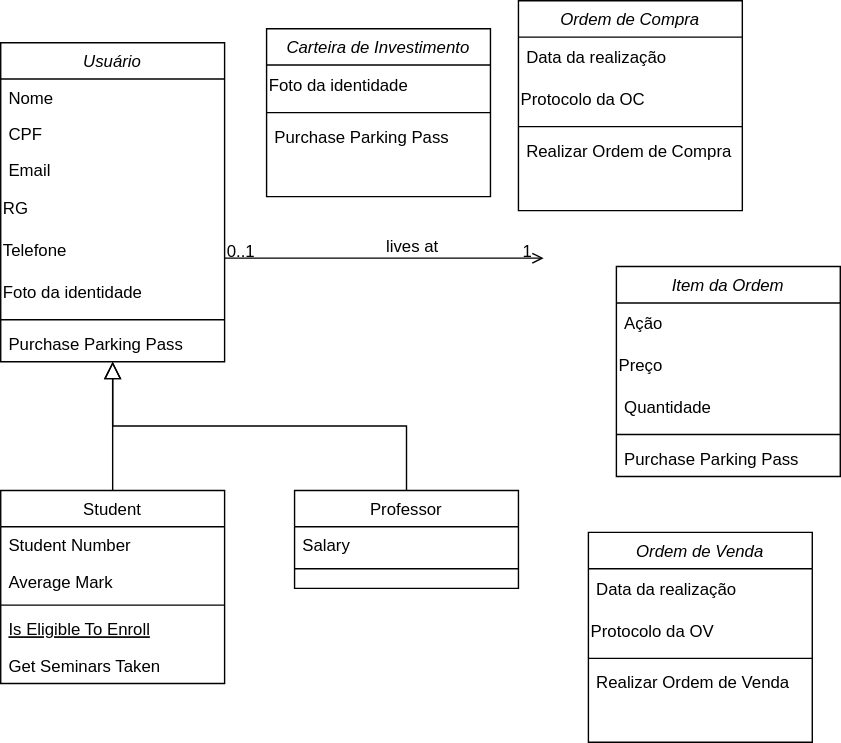
Earlier version of the draw.io export Diagrama de classe.drawio.svg (JesCat16/Projeto01_Modelagem_De_Software). Source tidied: cells renumbered, new cells last; positions are measured from the earlier drawing's top-left corner, leaving out a move shared by most shapes.
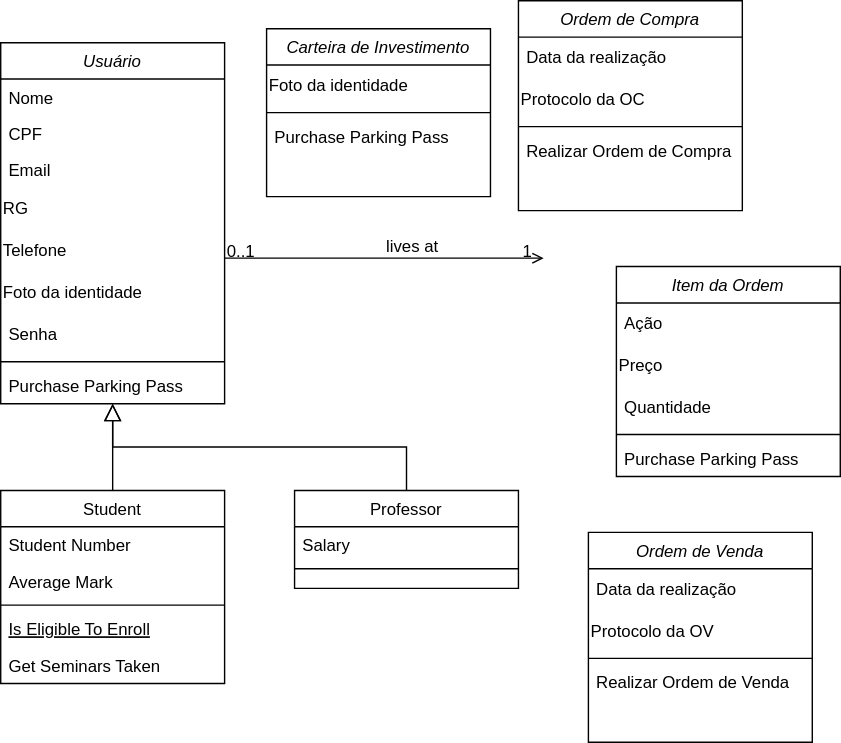
The same file after the commit.

Diff of the diagram source:
```diff
@@ -3,7 +3,7 @@
     <mxCell id="0" />
     <mxCell id="1" parent="0" />
     <mxCell id="2" value="Usuário" style="swimlane;fontStyle=2;align=center;verticalAlign=top;horizontal=1;startSize=26;rounded=0;shadow=0;strokeWidth=1;" parent="1" vertex="1">
-      <mxGeometry y="30" width="160" height="228" as="geometry" />
+      <mxGeometry y="30" width="160" height="258" as="geometry" />
     </mxCell>
     <mxCell id="3" value="Nome" style="text;align=left;verticalAlign=top;spacingLeft=4;spacingRight=4;overflow=hidden;" parent="2" vertex="1">
       <mxGeometry y="26" width="160" height="26" as="geometry" />
@@ -23,11 +23,14 @@
     <mxCell id="8" value="Foto da identidade" style="text;html=1;align=left;verticalAlign=middle;whiteSpace=wrap;rounded=0;" parent="2" vertex="1">
       <mxGeometry y="164" width="160" height="30" as="geometry" />
     </mxCell>
+    <mxCell id="46" value="Senha" style="text;strokeColor=none;fillColor=none;align=left;verticalAlign=middle;spacingLeft=4;spacingRight=4;overflow=hidden;whiteSpace=wrap;html=1;" parent="2" vertex="1">
+      <mxGeometry y="194" width="160" height="30" as="geometry" />
+    </mxCell>
     <mxCell id="9" style="line;html=1;strokeWidth=1;align=left;verticalAlign=middle;spacingTop=-1;spacingLeft=3;spacingRight=3;labelPosition=right;" parent="2" vertex="1">
-      <mxGeometry y="194" width="160" height="8" as="geometry" />
+      <mxGeometry y="224" width="160" height="8" as="geometry" />
     </mxCell>
     <mxCell id="10" value="Purchase Parking Pass" style="text;align=left;verticalAlign=top;spacingLeft=4;spacingRight=4;overflow=hidden;" parent="2" vertex="1">
-      <mxGeometry y="202" width="160" height="26" as="geometry" />
+      <mxGeometry y="232" width="160" height="26" as="geometry" />
     </mxCell>
     <mxCell id="11" value="Student" style="swimlane;fontStyle=0;align=center;verticalAlign=top;horizontal=1;startSize=26;rounded=0;shadow=0;strokeWidth=1;" parent="1" vertex="1">
       <mxGeometry y="350" width="160" height="138" as="geometry" />
```
